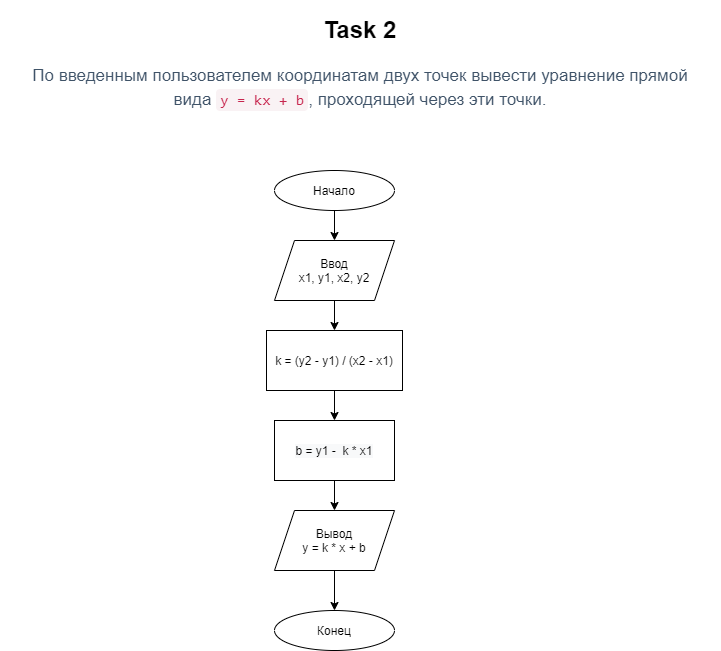
Before: Lesson1/FlowCharts/lesson1-Task-2.png, a diagram exported from draw.io (vic-k23/Geekbrains_algorithms_DS_on_Python). Source tidied: cells renumbered, new cells last; positions are measured from the earlier drawing's top-left corner, leaving out a move shared by most shapes. Its diagram source:
```xml
<mxGraphModel>
  <root>
    <mxCell id="0" />
    <mxCell id="1" parent="0" />
    <mxCell id="2" value="&lt;h1&gt;Task 2&lt;/h1&gt;&lt;div&gt;&lt;h3 style=&quot;box-sizing: border-box ; font-family: &amp;#34;roboto&amp;#34; , &amp;#34;san francisco&amp;#34; , &amp;#34;helvetica neue&amp;#34; , &amp;#34;helvetica&amp;#34; , &amp;#34;arial&amp;#34; ; font-weight: 500 ; line-height: 24px ; color: rgb(63 , 83 , 104) ; margin-top: 20px ; margin-bottom: 10px ; font-size: 17px ; background-color: rgb(255 , 255 , 255)&quot;&gt;По введенным пользователем координатам двух точек вывести уравнение прямой вида&amp;nbsp;&lt;code style=&quot;box-sizing: border-box ; font-family: &amp;#34;menlo&amp;#34; , &amp;#34;monaco&amp;#34; , &amp;#34;consolas&amp;#34; , &amp;#34;courier new&amp;#34; , monospace ; font-size: 15.3px ; color: rgb(199 , 37 , 78) ; background-color: rgb(249 , 242 , 244) ; border-radius: 4px ; padding: 2px 4px&quot;&gt;y = kx + b&lt;/code&gt;, проходящей через эти точки.&lt;/h3&gt;&lt;/div&gt;" style="text;html=1;strokeColor=none;fillColor=none;spacing=5;spacingTop=-20;whiteSpace=wrap;overflow=hidden;rounded=0;align=center;" parent="1" vertex="1">
      <mxGeometry width="720" height="120" as="geometry" />
    </mxCell>
    <mxCell id="3" style="edgeStyle=orthogonalEdgeStyle;rounded=0;jettySize=auto;html=1;exitX=0.5;exitY=1;exitDx=0;exitDy=0;entryX=0.5;entryY=0;entryDx=0;entryDy=0;" parent="1" edge="1" source="4" target="6">
      <mxGeometry relative="1" as="geometry" />
    </mxCell>
    <mxCell id="4" value="Начало" style="ellipse;whiteSpace=wrap;html=1;align=center;" parent="1" vertex="1">
      <mxGeometry x="274" y="160" width="120" height="40" as="geometry" />
    </mxCell>
    <mxCell id="5" style="edgeStyle=orthogonalEdgeStyle;rounded=0;jettySize=auto;html=1;exitX=0.5;exitY=1;exitDx=0;exitDy=0;entryX=0.5;entryY=0;entryDx=0;entryDy=0;" parent="1" edge="1" source="6" target="8">
      <mxGeometry relative="1" as="geometry" />
    </mxCell>
    <mxCell id="6" value="Ввод&lt;br&gt;x1, y1, x2, y2" style="shape=parallelogram;perimeter=parallelogramPerimeter;whiteSpace=wrap;html=1;fixedSize=1;align=center;" parent="1" vertex="1">
      <mxGeometry x="274" y="230" width="120" height="60" as="geometry" />
    </mxCell>
    <mxCell id="7" style="edgeStyle=orthogonalEdgeStyle;rounded=0;jettySize=auto;html=1;exitX=0.5;exitY=1;exitDx=0;exitDy=0;entryX=0.5;entryY=0;entryDx=0;entryDy=0;" parent="1" edge="1" source="8" target="10">
      <mxGeometry relative="1" as="geometry" />
    </mxCell>
    <mxCell id="8" value="k = (y2 - y1) / (x2 - x1)" style="rounded=0;whiteSpace=wrap;html=1;align=center;" parent="1" vertex="1">
      <mxGeometry x="266" y="320" width="136" height="60" as="geometry" />
    </mxCell>
    <mxCell id="9" style="edgeStyle=orthogonalEdgeStyle;rounded=0;jettySize=auto;html=1;exitX=0.5;exitY=1;exitDx=0;exitDy=0;entryX=0.5;entryY=0;entryDx=0;entryDy=0;" parent="1" edge="1" source="10" target="12">
      <mxGeometry relative="1" as="geometry" />
    </mxCell>
    <mxCell id="10" value="&#10;&#10;&lt;span style=&quot;color: rgb(0, 0, 0); font-family: helvetica; font-size: 12px; font-style: normal; font-weight: 400; letter-spacing: normal; text-align: center; text-indent: 0px; text-transform: none; word-spacing: 0px; background-color: rgb(248, 249, 250); display: inline; float: none;&quot;&gt;b = y1 -&amp;nbsp; k * x1&lt;/span&gt;&#10;&#10;" style="rounded=0;whiteSpace=wrap;html=1;align=center;" parent="1" vertex="1">
      <mxGeometry x="274" y="410" width="120" height="60" as="geometry" />
    </mxCell>
    <mxCell id="11" style="edgeStyle=orthogonalEdgeStyle;rounded=0;jettySize=auto;html=1;exitX=0.5;exitY=1;exitDx=0;exitDy=0;entryX=0.5;entryY=0;entryDx=0;entryDy=0;" parent="1" edge="1" source="12" target="13">
      <mxGeometry relative="1" as="geometry" />
    </mxCell>
    <mxCell id="12" value="Вывод&lt;br&gt;y = k * x + b" style="shape=parallelogram;perimeter=parallelogramPerimeter;whiteSpace=wrap;html=1;fixedSize=1;align=center;" parent="1" vertex="1">
      <mxGeometry x="274" y="500" width="120" height="60" as="geometry" />
    </mxCell>
    <mxCell id="13" value="Конец" style="ellipse;whiteSpace=wrap;html=1;align=center;" parent="1" vertex="1">
      <mxGeometry x="274" y="600" width="120" height="40" as="geometry" />
    </mxCell>
  </root>
</mxGraphModel>
```
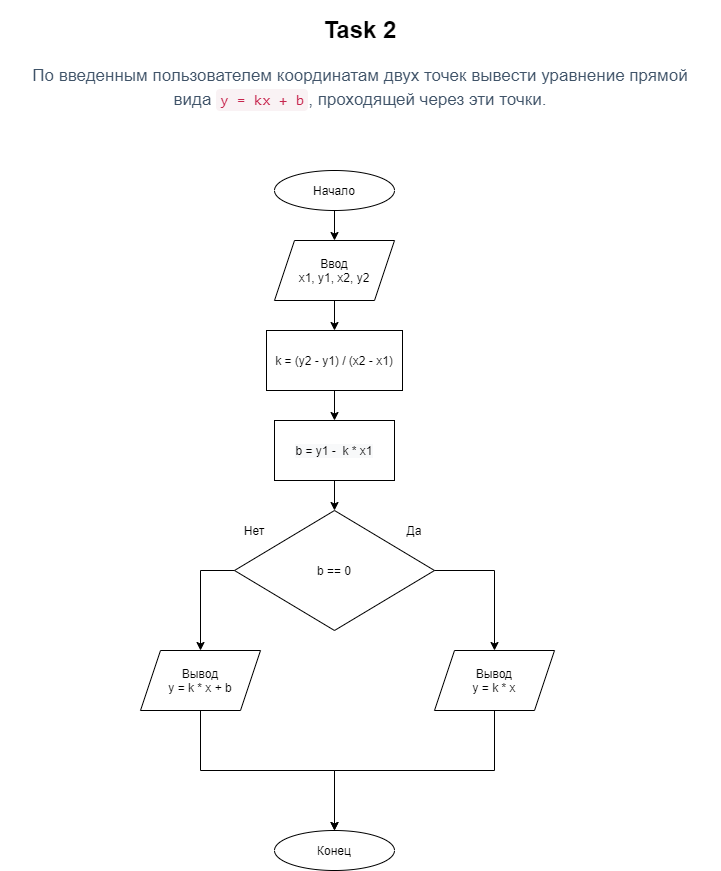
After the commit.

Change to the diagram source:
```diff
@@ -23,9 +23,9 @@
     <mxCell id="8" value="k = (y2 - y1) / (x2 - x1)" style="rounded=0;whiteSpace=wrap;html=1;align=center;" parent="1" vertex="1">
       <mxGeometry x="266" y="320" width="136" height="60" as="geometry" />
     </mxCell>
-    <mxCell id="9" style="edgeStyle=orthogonalEdgeStyle;rounded=0;jettySize=auto;html=1;exitX=0.5;exitY=1;exitDx=0;exitDy=0;entryX=0.5;entryY=0;entryDx=0;entryDy=0;" parent="1" edge="1" source="10" target="12">
-      <mxGeometry relative="1" as="geometry" />
-    </mxCell>
+    <mxCell id="14" style="edgeStyle=orthogonalEdgeStyle;rounded=0;jettySize=auto;html=1;exitX=0.5;exitY=1;exitDx=0;exitDy=0;entryX=0.5;entryY=0;entryDx=0;entryDy=0;" parent="1" edge="1" source="10" target="16">
+      <mxGeometry relative="1" as="geometry" />
+    </mxCell>
     <mxCell id="10" value="&#10;&#10;&lt;span style=&quot;color: rgb(0, 0, 0); font-family: helvetica; font-size: 12px; font-style: normal; font-weight: 400; letter-spacing: normal; text-align: center; text-indent: 0px; text-transform: none; word-spacing: 0px; background-color: rgb(248, 249, 250); display: inline; float: none;&quot;&gt;b = y1 -&amp;nbsp; k * x1&lt;/span&gt;&#10;&#10;" style="rounded=0;whiteSpace=wrap;html=1;align=center;" parent="1" vertex="1">
       <mxGeometry x="274" y="410" width="120" height="60" as="geometry" />
     </mxCell>
@@ -33,10 +33,34 @@
       <mxGeometry relative="1" as="geometry" />
     </mxCell>
     <mxCell id="12" value="Вывод&lt;br&gt;y = k * x + b" style="shape=parallelogram;perimeter=parallelogramPerimeter;whiteSpace=wrap;html=1;fixedSize=1;align=center;" parent="1" vertex="1">
-      <mxGeometry x="274" y="500" width="120" height="60" as="geometry" />
+      <mxGeometry x="140" y="640" width="120" height="60" as="geometry" />
     </mxCell>
     <mxCell id="13" value="Конец" style="ellipse;whiteSpace=wrap;html=1;align=center;" parent="1" vertex="1">
-      <mxGeometry x="274" y="600" width="120" height="40" as="geometry" />
+      <mxGeometry x="274" y="820" width="120" height="40" as="geometry" />
     </mxCell>
+    <mxCell id="15" style="group;align=center;" parent="1" vertex="1">
+      <mxGeometry x="234" y="500" width="200" height="120" as="geometry" />
+    </mxCell>
+    <mxCell id="16" value="b == 0" style="rhombus;whiteSpace=wrap;html=1;align=center;" parent="15" vertex="1">
+      <mxGeometry width="200" height="120" as="geometry" />
+    </mxCell>
+    <mxCell id="17" value="Нет" style="text;html=1;strokeColor=none;fillColor=none;align=center;verticalAlign=middle;whiteSpace=wrap;rounded=0;" parent="15" vertex="1">
+      <mxGeometry y="10" width="40" height="20" as="geometry" />
+    </mxCell>
+    <mxCell id="18" value="Да" style="text;html=1;strokeColor=none;fillColor=none;align=center;verticalAlign=middle;whiteSpace=wrap;rounded=0;" parent="15" vertex="1">
+      <mxGeometry x="160" y="10" width="40" height="20" as="geometry" />
+    </mxCell>
+    <mxCell id="19" style="edgeStyle=orthogonalEdgeStyle;rounded=0;jettySize=auto;html=1;exitX=0;exitY=0.5;exitDx=0;exitDy=0;entryX=0.5;entryY=0;entryDx=0;entryDy=0;" parent="1" edge="1" source="16" target="12">
+      <mxGeometry relative="1" as="geometry" />
+    </mxCell>
+    <mxCell id="20" style="edgeStyle=orthogonalEdgeStyle;rounded=0;jettySize=auto;html=1;exitX=0.5;exitY=1;exitDx=0;exitDy=0;entryX=0.5;entryY=0;entryDx=0;entryDy=0;" parent="1" edge="1" source="21" target="13">
+      <mxGeometry relative="1" as="geometry" />
+    </mxCell>
+    <mxCell id="21" value="Вывод&lt;br&gt;y = k * x" style="shape=parallelogram;perimeter=parallelogramPerimeter;whiteSpace=wrap;html=1;fixedSize=1;align=center;" parent="1" vertex="1">
+      <mxGeometry x="434" y="640" width="120" height="60" as="geometry" />
+    </mxCell>
+    <mxCell id="22" style="edgeStyle=orthogonalEdgeStyle;rounded=0;jettySize=auto;html=1;exitX=1;exitY=0.5;exitDx=0;exitDy=0;" parent="1" edge="1" source="16" target="21">
+      <mxGeometry relative="1" as="geometry" />
+    </mxCell>
   </root>
 </mxGraphModel>
```
